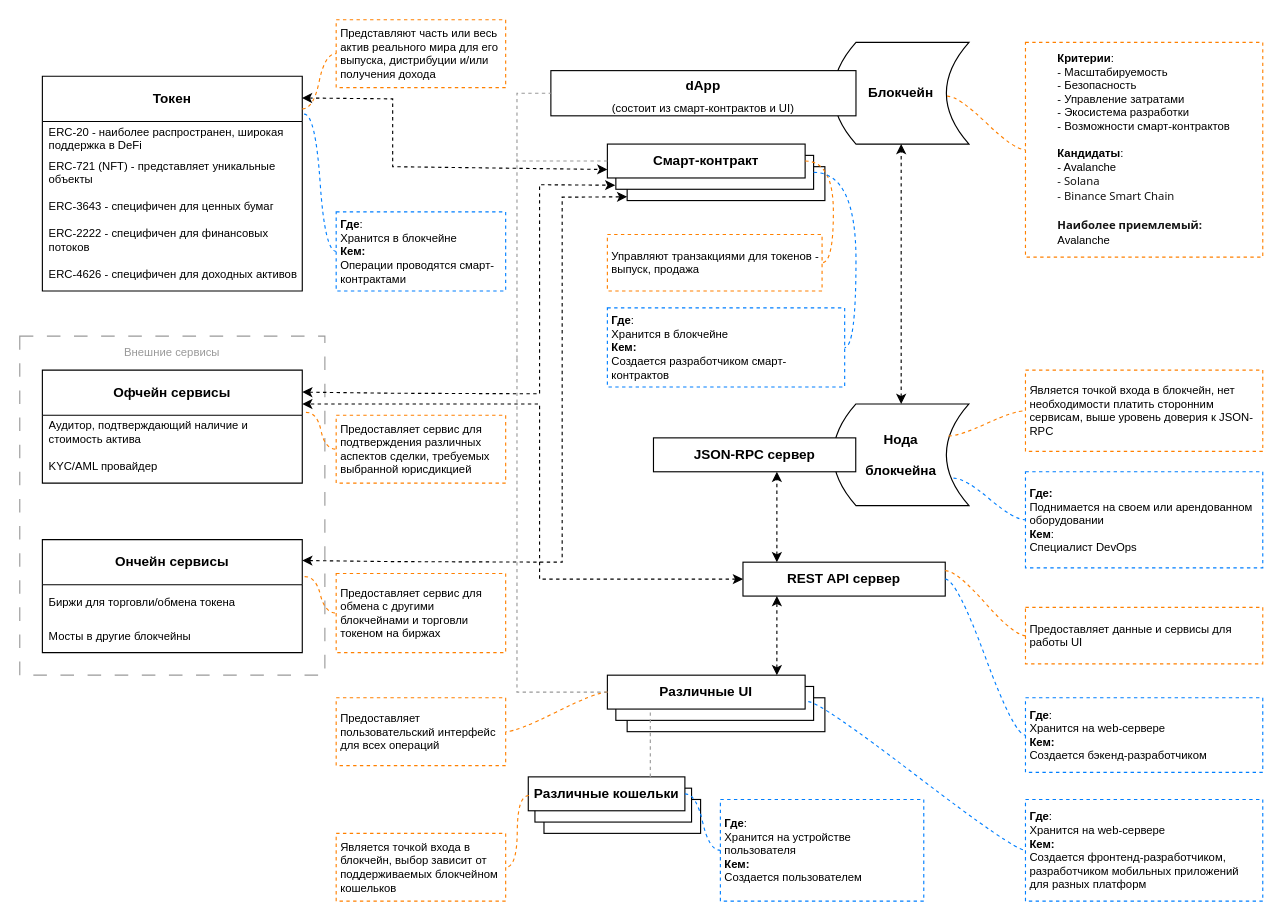
The draw.io diagram RETM_MVP_extended.drawio in rpurei/RETM-Schemes, before the edit. Source tidied: cells renumbered, new cells numbered last; positions are measured from the earlier drawing's top-left corner, leaving out a move shared by most shapes. Both pictures are drawn from the tidied source at 113%, with x=0, y=0 at pixel (19, 19).
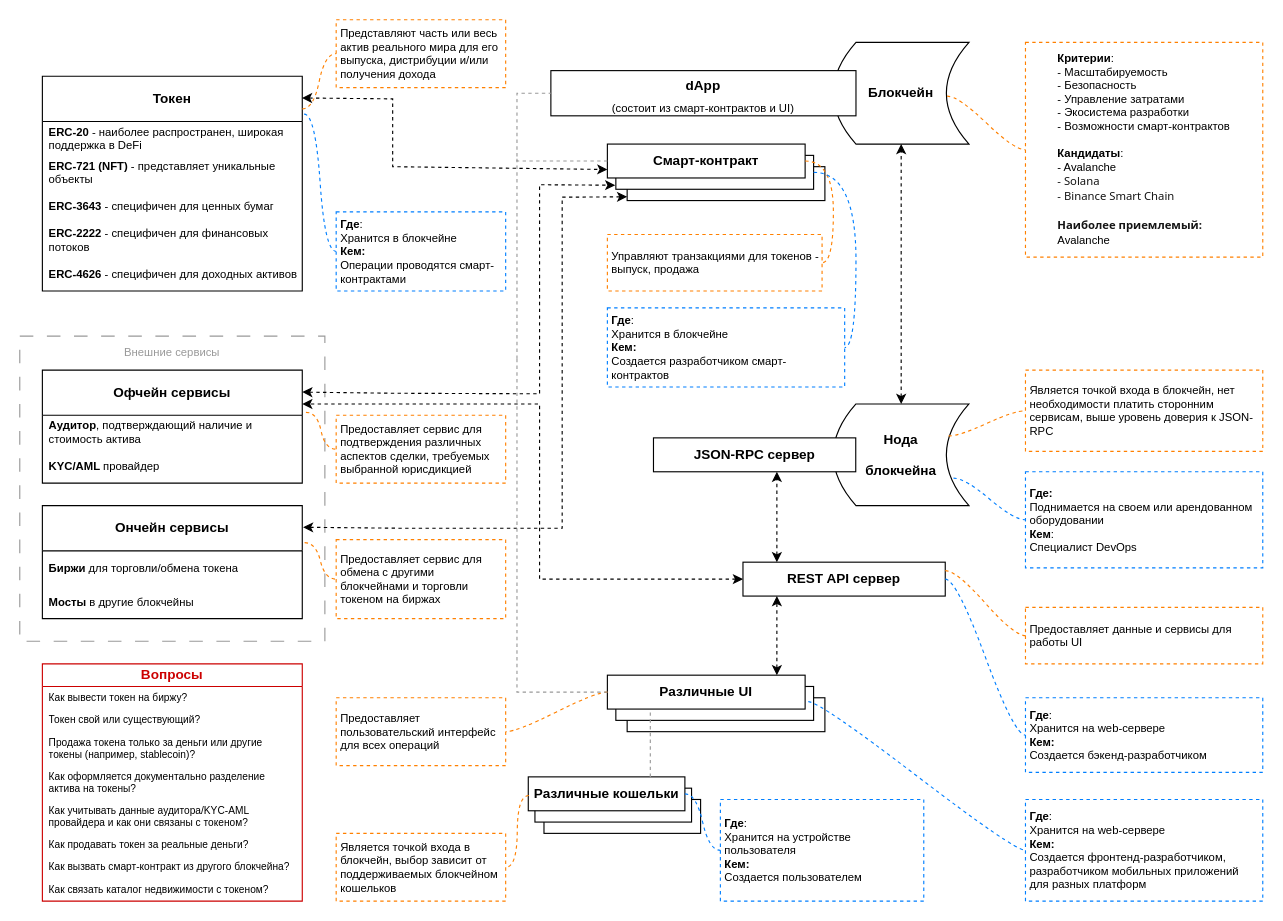
After the change.

Unchanged cells that the change refers to:
```xml
<mxCell id="14" value="&lt;p align=&quot;center&quot; class=&quot;MsoNormal&quot;&gt;&lt;br&gt;&lt;/p&gt;" style="rounded=0;whiteSpace=wrap;html=1;" parent="13" vertex="1">
  <mxGeometry x="17.5" y="20" width="175" height="30" as="geometry" />
</mxCell>
<mxCell id="21" value="&lt;b&gt;Токен&lt;/b&gt;" style="swimlane;fontStyle=0;horizontal=1;startSize=40;whiteSpace=wrap;html=1;" parent="1" vertex="1">
  <mxGeometry x="20" y="50" width="230" height="190" as="geometry" />
</mxCell>
<mxCell id="58" value="&lt;b&gt;Офчейн сервисы&lt;/b&gt;" style="swimlane;fontStyle=0;horizontal=1;startSize=40;whiteSpace=wrap;html=1;" parent="1" vertex="1">
  <mxGeometry x="20" y="310" width="230" height="100" as="geometry" />
</mxCell>
```

Diff of the diagram source:
```diff
@@
     <mxCell id="2" value="&lt;font color=&quot;#999999&quot; style=&quot;font-size: 10px;&quot;&gt;Внешние сервисы&lt;/font&gt;" style="rounded=0;whiteSpace=wrap;html=1;gradientColor=none;fillColor=none;dashed=1;dashPattern=12 12;verticalAlign=top;strokeColor=#999999;" parent="1" vertex="1">
-      <mxGeometry y="280" width="270" height="300" as="geometry" />
+      <mxGeometry y="280" width="270" height="270" as="geometry" />
     </mxCell>
@@
-    <mxCell id="22" value="ERC-20 - наиболее распространен, широкая поддержка в DeFi" style="text;strokeColor=none;fillColor=none;align=left;verticalAlign=middle;spacingLeft=4;spacingRight=4;overflow=hidden;whiteSpace=wrap;html=1;fontColor=#000000;fontSize=10;" parent="21" vertex="1">
+    <mxCell id="22" value="&lt;b&gt;ERC-20&lt;/b&gt; - наиболее распространен, широкая поддержка в DeFi" style="text;strokeColor=none;fillColor=none;align=left;verticalAlign=middle;spacingLeft=4;spacingRight=4;overflow=hidden;whiteSpace=wrap;html=1;fontColor=#000000;fontSize=10;" parent="21" vertex="1">
       <mxGeometry y="40" width="230" height="30" as="geometry" />
     </mxCell>
-    <mxCell id="23" value="ERC-721 (NFT) - представляет уникальные объекты" style="text;strokeColor=none;fillColor=none;align=left;verticalAlign=middle;spacingLeft=4;spacingRight=4;overflow=hidden;whiteSpace=wrap;html=1;labelBackgroundColor=default;fontColor=#000000;fontSize=10;" parent="21" vertex="1">
+    <mxCell id="23" value="&lt;b&gt;ERC-721 (NFT)&lt;/b&gt; - представляет уникальные объекты" style="text;strokeColor=none;fillColor=none;align=left;verticalAlign=middle;spacingLeft=4;spacingRight=4;overflow=hidden;whiteSpace=wrap;html=1;labelBackgroundColor=default;fontColor=#000000;fontSize=10;" parent="21" vertex="1">
       <mxGeometry y="70" width="230" height="30" as="geometry" />
     </mxCell>
-    <mxCell id="24" value="ERC-3643 - специфичен для ценных бумаг" style="text;strokeColor=none;fillColor=none;align=left;verticalAlign=middle;spacingLeft=4;spacingRight=4;overflow=hidden;whiteSpace=wrap;html=1;labelBackgroundColor=default;fontColor=#000000;fontSize=10;" parent="21" vertex="1">
+    <mxCell id="24" value="&lt;b&gt;ERC-3643&lt;/b&gt; - специфичен для ценных бумаг" style="text;strokeColor=none;fillColor=none;align=left;verticalAlign=middle;spacingLeft=4;spacingRight=4;overflow=hidden;whiteSpace=wrap;html=1;labelBackgroundColor=default;fontColor=#000000;fontSize=10;" parent="21" vertex="1">
       <mxGeometry y="100" width="230" height="30" as="geometry" />
     </mxCell>
-    <mxCell id="25" value="ERC-2222 - специфичен для финансовых потоков" style="text;strokeColor=none;fillColor=none;align=left;verticalAlign=middle;spacingLeft=4;spacingRight=4;overflow=hidden;whiteSpace=wrap;html=1;labelBackgroundColor=default;fontColor=#000000;fontSize=10;" parent="21" vertex="1">
+    <mxCell id="25" value="&lt;b&gt;ERC-2222&lt;/b&gt; - специфичен для финансовых потоков" style="text;strokeColor=none;fillColor=none;align=left;verticalAlign=middle;spacingLeft=4;spacingRight=4;overflow=hidden;whiteSpace=wrap;html=1;labelBackgroundColor=default;fontColor=#000000;fontSize=10;" parent="21" vertex="1">
       <mxGeometry y="130" width="230" height="30" as="geometry" />
     </mxCell>
-    <mxCell id="26" value="ERC-4626 - специфичен для доходных активов" style="text;strokeColor=none;fillColor=none;align=left;verticalAlign=middle;spacingLeft=4;spacingRight=4;overflow=hidden;whiteSpace=wrap;html=1;labelBackgroundColor=default;fontColor=#000000;fontSize=10;" parent="21" vertex="1">
+    <mxCell id="26" value="&lt;b&gt;ERC-4626&lt;/b&gt; - специфичен для доходных активов" style="text;strokeColor=none;fillColor=none;align=left;verticalAlign=middle;spacingLeft=4;spacingRight=4;overflow=hidden;whiteSpace=wrap;html=1;labelBackgroundColor=default;fontColor=#000000;fontSize=10;" parent="21" vertex="1">
       <mxGeometry y="160" width="230" height="30" as="geometry" />
     </mxCell>
@@
-    <mxCell id="59" value="Аудитор, подтверждающий наличие и стоимость актива" style="text;strokeColor=none;fillColor=none;align=left;verticalAlign=middle;spacingLeft=4;spacingRight=4;overflow=hidden;points=[[0,0.5],[1,0.5]];portConstraint=eastwest;whiteSpace=wrap;html=1;fontColor=#000000;fontSize=10;" parent="58" vertex="1">
+    <mxCell id="59" value="&lt;b&gt;Аудитор&lt;/b&gt;, подтверждающий наличие и стоимость актива" style="text;strokeColor=none;fillColor=none;align=left;verticalAlign=middle;spacingLeft=4;spacingRight=4;overflow=hidden;points=[[0,0.5],[1,0.5]];portConstraint=eastwest;whiteSpace=wrap;html=1;fontColor=#000000;fontSize=10;" parent="58" vertex="1">
       <mxGeometry y="40" width="230" height="30" as="geometry" />
     </mxCell>
-    <mxCell id="60" value="KYC/AML провайдер" style="text;strokeColor=none;fillColor=none;align=left;verticalAlign=middle;spacingLeft=4;spacingRight=4;overflow=hidden;whiteSpace=wrap;html=1;labelBackgroundColor=default;fontColor=#000000;fontSize=10;" parent="58" vertex="1">
+    <mxCell id="60" value="&lt;b&gt;KYC/AML &lt;/b&gt;провайдер" style="text;strokeColor=none;fillColor=none;align=left;verticalAlign=middle;spacingLeft=4;spacingRight=4;overflow=hidden;whiteSpace=wrap;html=1;labelBackgroundColor=default;fontColor=#000000;fontSize=10;" parent="58" vertex="1">
       <mxGeometry y="70" width="230" height="30" as="geometry" />
     </mxCell>
     <mxCell id="61" value="&lt;b&gt;Ончейн сервисы&lt;/b&gt;" style="swimlane;fontStyle=0;horizontal=1;startSize=40;whiteSpace=wrap;html=1;" parent="1" vertex="1">
-      <mxGeometry x="20" y="460" width="230" height="100" as="geometry" />
+      <mxGeometry x="20" y="430" width="230" height="100" as="geometry" />
     </mxCell>
-    <mxCell id="62" value="Биржи для торговли/обмена токена" style="text;strokeColor=none;fillColor=none;align=left;verticalAlign=middle;spacingLeft=4;spacingRight=4;overflow=hidden;points=[[0,0.5],[1,0.5]];portConstraint=eastwest;whiteSpace=wrap;html=1;fontColor=#000000;fontSize=10;" parent="61" vertex="1">
+    <mxCell id="62" value="&lt;b&gt;Биржи&lt;/b&gt; для торговли/обмена токена" style="text;strokeColor=none;fillColor=none;align=left;verticalAlign=middle;spacingLeft=4;spacingRight=4;overflow=hidden;points=[[0,0.5],[1,0.5]];portConstraint=eastwest;whiteSpace=wrap;html=1;fontColor=#000000;fontSize=10;" parent="61" vertex="1">
       <mxGeometry y="40" width="230" height="30" as="geometry" />
     </mxCell>
-    <mxCell id="63" value="Мосты в другие блокчейны" style="text;strokeColor=none;fillColor=none;align=left;verticalAlign=middle;spacingLeft=4;spacingRight=4;overflow=hidden;whiteSpace=wrap;html=1;labelBackgroundColor=default;fontColor=#000000;fontSize=10;" parent="61" vertex="1">
+    <mxCell id="63" value="&lt;b&gt;Мосты&lt;/b&gt; в другие блокчейны" style="text;strokeColor=none;fillColor=none;align=left;verticalAlign=middle;spacingLeft=4;spacingRight=4;overflow=hidden;whiteSpace=wrap;html=1;labelBackgroundColor=default;fontColor=#000000;fontSize=10;" parent="61" vertex="1">
       <mxGeometry y="70" width="230" height="30" as="geometry" />
     </mxCell>
@@
-    <mxCell id="65" style="endArrow=classic;startArrow=classic;dashed=1;html=1;rounded=0;exitX=0.999;exitY=0.101;exitDx=0;exitDy=0;exitPerimeter=0;entryX=0;entryY=0.889;entryDx=0;entryDy=0;entryPerimeter=0;" parent="1" edge="1" target="14">
+    <mxCell id="65" style="endArrow=classic;startArrow=classic;dashed=1;html=1;rounded=0;exitX=1.003;exitY=0.191;exitDx=0;exitDy=0;exitPerimeter=0;entryX=0;entryY=0.889;entryDx=0;entryDy=0;entryPerimeter=0;" parent="1" edge="1" source="61" target="14">
       <mxGeometry relative="1" as="geometry">
-        <mxPoint x="250" y="478.5" as="sourcePoint" />
         <Array as="points">
-          <mxPoint x="330" y="479.5" />
-          <mxPoint x="480" y="480" />
+          <mxPoint x="340" y="450" />
+          <mxPoint x="480" y="450" />
           <mxPoint x="480" y="157" />
         </Array>
       </mxGeometry>
     </mxCell>
@@
     <mxCell id="67" value="&lt;div style=&quot;font-size: 10px;&quot;&gt;&lt;div style=&quot;border-color: var(--border-color);&quot;&gt;Предоставляет сервис для обмена с другими блокчейнами и торговли токеном на биржах&lt;/div&gt;&lt;/div&gt;" style="whiteSpace=wrap;html=1;rounded=0;arcSize=50;align=left;verticalAlign=middle;strokeWidth=1;spacing=4;newEdgeStyle={&quot;edgeStyle&quot;:&quot;entityRelationEdgeStyle&quot;,&quot;startArrow&quot;:&quot;none&quot;,&quot;endArrow&quot;:&quot;none&quot;,&quot;segment&quot;:10,&quot;curved&quot;:1,&quot;sourcePerimeterSpacing&quot;:0,&quot;targetPerimeterSpacing&quot;:0};dashed=1;strokeColor=#FF8000;" parent="1" vertex="1" collapsed="1">
-      <mxGeometry x="280" y="490" width="150" height="70" as="geometry" />
+      <mxGeometry x="280" y="460" width="150" height="70" as="geometry" />
     </mxCell>
@@
+    <mxCell id="73" value="&lt;b&gt;&lt;font color=&quot;#cc0000&quot;&gt;Вопросы&lt;/font&gt;&lt;/b&gt;" style="swimlane;fontStyle=0;horizontal=1;startSize=20;whiteSpace=wrap;html=1;strokeColor=#CC0000;" parent="1" vertex="1">
+      <mxGeometry x="20" y="570" width="230" height="210" as="geometry" />
+    </mxCell>
+    <mxCell id="74" value="Как вывести токен на биржу?" style="text;strokeColor=none;fillColor=none;align=left;verticalAlign=middle;spacingLeft=4;spacingRight=4;overflow=hidden;whiteSpace=wrap;html=1;fontColor=#000000;fontSize=9;" parent="73" vertex="1">
+      <mxGeometry y="20" width="230" height="20" as="geometry" />
+    </mxCell>
+    <mxCell id="75" value="Токен свой или существующий?" style="text;strokeColor=none;fillColor=none;align=left;verticalAlign=middle;spacingLeft=4;spacingRight=4;overflow=hidden;whiteSpace=wrap;html=1;labelBackgroundColor=default;fontColor=#000000;fontSize=9;" parent="73" vertex="1">
+      <mxGeometry y="40" width="230" height="20" as="geometry" />
+    </mxCell>
+    <mxCell id="76" value="Продажа токена только за деньги или другие токены (например, stablecoin)?" style="text;strokeColor=none;fillColor=none;align=left;verticalAlign=middle;spacingLeft=4;spacingRight=4;overflow=hidden;whiteSpace=wrap;html=1;labelBackgroundColor=default;fontColor=#000000;fontSize=9;" parent="73" vertex="1">
+      <mxGeometry y="60" width="230" height="30" as="geometry" />
+    </mxCell>
+    <mxCell id="77" value="Как оформляется документально разделение актива на токены?" style="text;strokeColor=none;fillColor=none;align=left;verticalAlign=middle;spacingLeft=4;spacingRight=4;overflow=hidden;whiteSpace=wrap;html=1;labelBackgroundColor=default;fontColor=#000000;fontSize=9;" parent="73" vertex="1">
+      <mxGeometry y="90" width="230" height="30" as="geometry" />
+    </mxCell>
+    <mxCell id="78" value="Как учитывать данные аудитора/KYC-AML провайдера и как они связаны с токеном?" style="text;strokeColor=none;fillColor=none;align=left;verticalAlign=middle;spacingLeft=4;spacingRight=4;overflow=hidden;whiteSpace=wrap;html=1;labelBackgroundColor=default;fontColor=#000000;fontSize=9;" parent="73" vertex="1">
+      <mxGeometry y="120" width="230" height="30" as="geometry" />
+    </mxCell>
+    <mxCell id="79" value="Как продавать токен за реальные деньги?" style="text;strokeColor=none;fillColor=none;align=left;verticalAlign=middle;spacingLeft=4;spacingRight=4;overflow=hidden;whiteSpace=wrap;html=1;labelBackgroundColor=default;fontColor=#000000;fontSize=9;" parent="73" vertex="1">
+      <mxGeometry y="150" width="230" height="20" as="geometry" />
+    </mxCell>
+    <mxCell id="80" value="Как вызвать смарт-контракт из другого блокчейна?" style="text;strokeColor=none;fillColor=none;align=left;verticalAlign=middle;spacingLeft=4;spacingRight=4;overflow=hidden;whiteSpace=wrap;html=1;labelBackgroundColor=default;fontColor=#000000;fontSize=9;" parent="73" vertex="1">
+      <mxGeometry y="170" width="230" height="20" as="geometry" />
+    </mxCell>
+    <mxCell id="81" value="Как связать каталог недвижимости с токеном?" style="text;strokeColor=none;fillColor=none;align=left;verticalAlign=middle;spacingLeft=4;spacingRight=4;overflow=hidden;whiteSpace=wrap;html=1;labelBackgroundColor=default;fontColor=#000000;fontSize=9;" parent="73" vertex="1">
+      <mxGeometry y="190" width="230" height="20" as="geometry" />
+    </mxCell>
```
